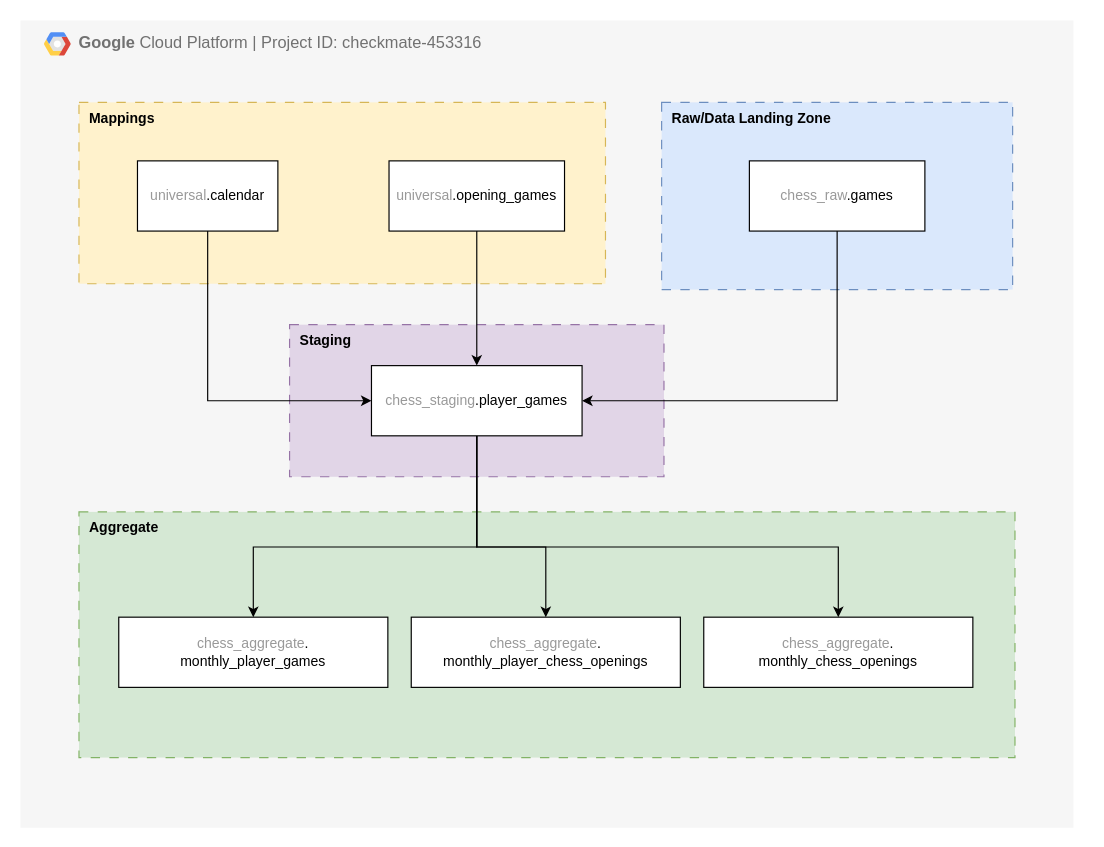
Before: page "SQL Tables" (5 of 5) of diagrams/architecture/chess_pipeline_architecture.drawio in Filpill/chess_analysis, a draw.io diagram. Source tidied: cells renumbered, new cells numbered last; positions are measured from the earlier drawing's top-left corner, leaving out a move shared by most shapes. Both pictures are drawn from the tidied source at 117%, with x=0, y=0 at pixel (20, 20).
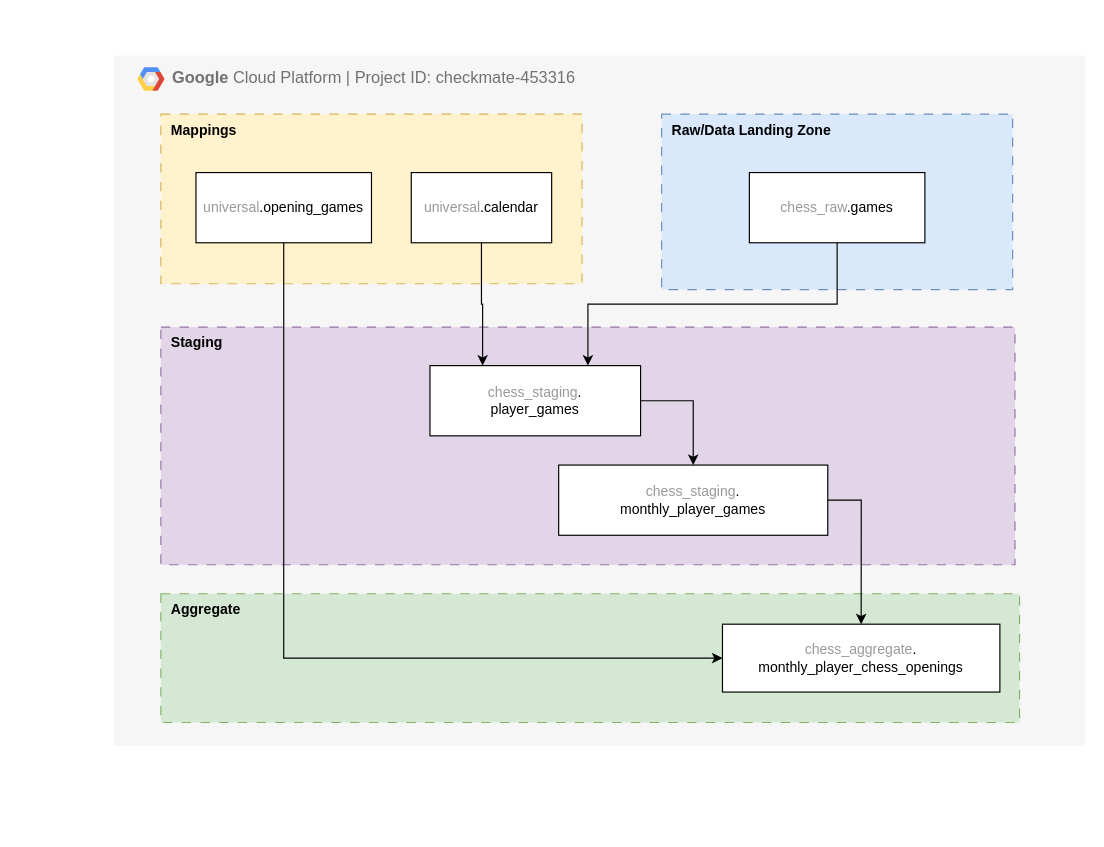
The same page after the edit.

The edit, as a diff of the source:
```diff
@@
     <mxCell id="2" value="&lt;b&gt;Google &lt;/b&gt;Cloud Platform | Project ID: checkmate-453316" style="fillColor=#F6F6F6;strokeColor=none;shadow=0;gradientColor=none;fontSize=14;align=left;spacing=10;fontColor=#717171;9E9E9E;verticalAlign=top;spacingTop=-4;fontStyle=0;spacingLeft=40;html=1;whiteSpace=wrap;" parent="1" vertex="1">
-      <mxGeometry width="900" height="690" as="geometry" />
+      <mxGeometry x="80" y="30" width="830" height="590" as="geometry" />
     </mxCell>
+    <mxCell id="7" value="&lt;b&gt;Aggregate&lt;/b&gt;" style="rounded=0;whiteSpace=wrap;html=1;dashed=1;dashPattern=8 8;fillColor=#d5e8d4;align=left;verticalAlign=top;spacingLeft=7;strokeColor=#82b366;" parent="2" vertex="1">
+      <mxGeometry x="40" y="460" width="733.9" height="110" as="geometry" />
+    </mxCell>
@@
+    <mxCell id="19" value="&lt;font style=&quot;color: rgb(153, 153, 153);&quot;&gt;chess_aggregate&lt;/font&gt;.&lt;div&gt;monthly_player_chess_openings&lt;/div&gt;" style="rounded=0;whiteSpace=wrap;html=1;" parent="2" vertex="1">
+      <mxGeometry x="520" y="486" width="237.1" height="58" as="geometry" />
+    </mxCell>
+    <mxCell id="6" value="&lt;b&gt;Staging&lt;/b&gt;" style="rounded=0;whiteSpace=wrap;html=1;dashed=1;dashPattern=8 8;fillColor=#e1d5e7;align=left;verticalAlign=top;spacingLeft=7;strokeColor=#9673a6;" parent="2" vertex="1">
+      <mxGeometry x="40" y="232.1" width="730" height="203.1" as="geometry" />
+    </mxCell>
     <mxCell id="4" value="&lt;b&gt;Mappings&lt;/b&gt;" style="rounded=0;whiteSpace=wrap;html=1;dashed=1;dashPattern=8 8;fillColor=#fff2cc;align=left;verticalAlign=top;spacingLeft=7;strokeColor=#d6b656;" parent="1" vertex="1">
-      <mxGeometry x="50" y="70" width="450" height="155" as="geometry" />
+      <mxGeometry x="120" y="80" width="360" height="145" as="geometry" />
     </mxCell>
     <mxCell id="5" value="&lt;b&gt;Raw/Data Landing Zone&lt;/b&gt;" style="rounded=0;whiteSpace=wrap;html=1;dashed=1;dashPattern=8 8;fillColor=#dae8fc;align=left;verticalAlign=top;spacingLeft=7;strokeColor=#6c8ebf;" parent="1" vertex="1">
-      <mxGeometry x="548" y="70" width="300" height="160" as="geometry" />
+      <mxGeometry x="548" y="80" width="300" height="150" as="geometry" />
     </mxCell>
-    <mxCell id="6" value="&lt;b&gt;Staging&lt;/b&gt;" style="rounded=0;whiteSpace=wrap;html=1;dashed=1;dashPattern=8 8;fillColor=#e1d5e7;align=left;verticalAlign=top;spacingLeft=7;strokeColor=#9673a6;" parent="1" vertex="1">
-      <mxGeometry x="230" y="260" width="320" height="130" as="geometry" />
-    </mxCell>
-    <mxCell id="7" value="&lt;b&gt;Aggregate&lt;/b&gt;" style="rounded=0;whiteSpace=wrap;html=1;dashed=1;dashPattern=8 8;fillColor=#d5e8d4;align=left;verticalAlign=top;spacingLeft=7;strokeColor=#82b366;" parent="1" vertex="1">
-      <mxGeometry x="50" y="420" width="800" height="210" as="geometry" />
-    </mxCell>
-    <mxCell id="8" style="edgeStyle=orthogonalEdgeStyle;rounded=0;jettySize=auto;html=1;exitX=0.5;exitY=1;exitDx=0;exitDy=0;entryX=0;entryY=0.5;entryDx=0;entryDy=0;" parent="1" edge="1" source="9" target="17">
+    <mxCell id="8" style="edgeStyle=orthogonalEdgeStyle;rounded=0;jettySize=auto;html=1;exitX=0.5;exitY=1;exitDx=0;exitDy=0;entryX=0.25;entryY=0;entryDx=0;entryDy=0;" parent="1" edge="1" source="9" target="17">
       <mxGeometry relative="1" as="geometry" />
     </mxCell>
     <mxCell id="9" value="&lt;font style=&quot;color: rgb(153, 153, 153);&quot;&gt;universal&lt;/font&gt;.calendar" style="rounded=0;whiteSpace=wrap;html=1;" parent="1" vertex="1">
-      <mxGeometry x="100" y="120" width="120" height="60" as="geometry" />
+      <mxGeometry x="334" y="130" width="120" height="60" as="geometry" />
     </mxCell>
-    <mxCell id="10" style="edgeStyle=orthogonalEdgeStyle;rounded=0;jettySize=auto;html=1;exitX=0.5;exitY=1;exitDx=0;exitDy=0;entryX=0.5;entryY=0;entryDx=0;entryDy=0;" parent="1" edge="1" source="11" target="17">
-      <mxGeometry relative="1" as="geometry" />
-    </mxCell>
+    <mxCell id="21" style="edgeStyle=orthogonalEdgeStyle;rounded=0;jettySize=auto;html=1;exitX=0.5;exitY=1;exitDx=0;exitDy=0;entryX=0;entryY=0.5;entryDx=0;entryDy=0;" parent="1" edge="1" source="11" target="19">
+      <mxGeometry relative="1" as="geometry" />
+    </mxCell>
     <mxCell id="11" value="&lt;font style=&quot;color: rgb(153, 153, 153);&quot;&gt;universal&lt;/font&gt;.opening_games" style="rounded=0;whiteSpace=wrap;html=1;" parent="1" vertex="1">
-      <mxGeometry x="315" y="120" width="150" height="60" as="geometry" />
+      <mxGeometry x="150" y="130" width="150" height="60" as="geometry" />
     </mxCell>
-    <mxCell id="12" style="edgeStyle=orthogonalEdgeStyle;rounded=0;jettySize=auto;html=1;exitX=0.5;exitY=1;exitDx=0;exitDy=0;entryX=1;entryY=0.5;entryDx=0;entryDy=0;" parent="1" edge="1" source="13" target="17">
+    <mxCell id="12" style="edgeStyle=orthogonalEdgeStyle;rounded=0;jettySize=auto;html=1;exitX=0.5;exitY=1;exitDx=0;exitDy=0;entryX=0.75;entryY=0;entryDx=0;entryDy=0;" parent="1" edge="1" source="13" target="17">
       <mxGeometry relative="1" as="geometry" />
     </mxCell>
     <mxCell id="13" value="&lt;font style=&quot;color: rgb(153, 153, 153);&quot;&gt;chess_raw&lt;/font&gt;.games" style="rounded=0;whiteSpace=wrap;html=1;" parent="1" vertex="1">
-      <mxGeometry x="623" y="120" width="150" height="60" as="geometry" />
+      <mxGeometry x="623" y="130" width="150" height="60" as="geometry" />
     </mxCell>
-    <mxCell id="14" style="edgeStyle=orthogonalEdgeStyle;rounded=0;jettySize=auto;html=1;exitX=0.5;exitY=1;exitDx=0;exitDy=0;" parent="1" edge="1" source="17" target="18">
-      <mxGeometry relative="1" as="geometry">
-        <Array as="points">
-          <mxPoint x="390" y="450" />
-          <mxPoint x="199" y="450" />
-        </Array>
-      </mxGeometry>
+    <mxCell id="14" style="edgeStyle=orthogonalEdgeStyle;rounded=0;jettySize=auto;html=1;exitX=1;exitY=0.5;exitDx=0;exitDy=0;" parent="1" edge="1" source="17" target="18">
+      <mxGeometry relative="1" as="geometry" />
     </mxCell>
-    <mxCell id="15" style="edgeStyle=orthogonalEdgeStyle;rounded=0;jettySize=auto;html=1;exitX=0.5;exitY=1;exitDx=0;exitDy=0;entryX=0.5;entryY=0;entryDx=0;entryDy=0;" parent="1" edge="1" source="17" target="19">
-      <mxGeometry relative="1" as="geometry">
-        <Array as="points">
-          <mxPoint x="390" y="450" />
-          <mxPoint x="449" y="450" />
-        </Array>
-      </mxGeometry>
-    </mxCell>
-    <mxCell id="16" style="edgeStyle=orthogonalEdgeStyle;rounded=0;jettySize=auto;html=1;exitX=0.5;exitY=1;exitDx=0;exitDy=0;" parent="1" edge="1" source="17" target="20">
-      <mxGeometry relative="1" as="geometry">
-        <Array as="points">
-          <mxPoint x="390" y="450" />
-          <mxPoint x="699" y="450" />
-        </Array>
-      </mxGeometry>
-    </mxCell>
-    <mxCell id="17" value="&lt;font style=&quot;color: rgb(153, 153, 153);&quot;&gt;chess_staging&lt;/font&gt;.player_games" style="rounded=0;whiteSpace=wrap;html=1;" parent="1" vertex="1">
-      <mxGeometry x="300" y="295" width="180" height="60" as="geometry" />
+    <mxCell id="17" value="&lt;font style=&quot;color: rgb(153, 153, 153);&quot;&gt;chess_staging&lt;/font&gt;.&lt;div&gt;player_games&lt;/div&gt;" style="rounded=0;whiteSpace=wrap;html=1;" parent="1" vertex="1">
+      <mxGeometry x="350" y="295" width="180" height="60" as="geometry" />
     </mxCell>
+    <mxCell id="22" style="edgeStyle=orthogonalEdgeStyle;rounded=0;jettySize=auto;html=1;exitX=1;exitY=0.5;exitDx=0;exitDy=0;entryX=0.5;entryY=0;entryDx=0;entryDy=0;" parent="1" edge="1" source="18" target="19">
+      <mxGeometry relative="1" as="geometry" />
+    </mxCell>
-    <mxCell id="18" value="&lt;font style=&quot;color: rgb(153, 153, 153);&quot;&gt;chess_aggregate&lt;/font&gt;.&lt;div&gt;monthly_player_games&lt;/div&gt;" style="rounded=0;whiteSpace=wrap;html=1;" parent="1" vertex="1">
-      <mxGeometry x="84" y="510" width="230" height="60" as="geometry" />
+    <mxCell id="18" value="&lt;font style=&quot;color: rgb(153, 153, 153);&quot;&gt;chess_staging&lt;/font&gt;.&lt;div&gt;monthly_player_games&lt;/div&gt;" style="rounded=0;whiteSpace=wrap;html=1;" parent="1" vertex="1">
+      <mxGeometry x="460" y="380" width="230" height="60" as="geometry" />
     </mxCell>
-    <mxCell id="19" value="&lt;font style=&quot;color: rgb(153, 153, 153);&quot;&gt;chess_aggregate&lt;/font&gt;.&lt;div&gt;monthly_player_chess_openings&lt;/div&gt;" style="rounded=0;whiteSpace=wrap;html=1;" parent="1" vertex="1">
-      <mxGeometry x="334" y="510" width="230" height="60" as="geometry" />
-    </mxCell>
-    <mxCell id="20" value="&lt;font style=&quot;color: rgb(153, 153, 153);&quot;&gt;chess_aggregate&lt;/font&gt;.&lt;div&gt;monthly_chess_openings&lt;/div&gt;" style="rounded=0;whiteSpace=wrap;html=1;" parent="1" vertex="1">
-      <mxGeometry x="584" y="510" width="230" height="60" as="geometry" />
-    </mxCell>
```
